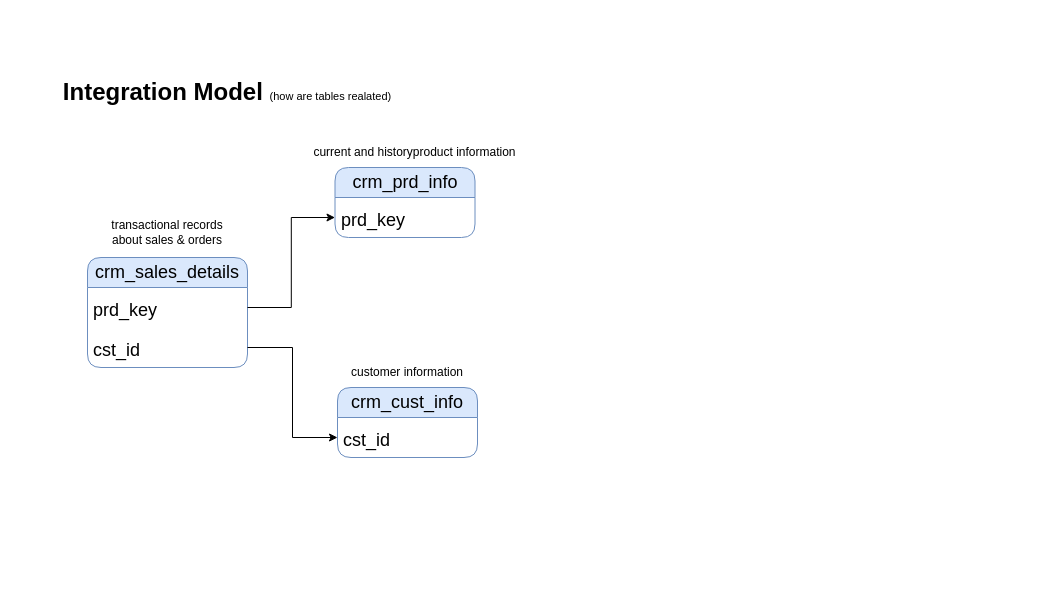
Before: docs/integration_model.drawio in Bhavya-02022000/DWH_project, a draw.io diagram. Source tidied: cells renumbered, new cells numbered last; positions are measured from the earlier drawing's top-left corner, leaving out a move shared by most shapes. Both pictures are drawn from the tidied source at 100%, with x=0, y=0 at pixel (57, 77).
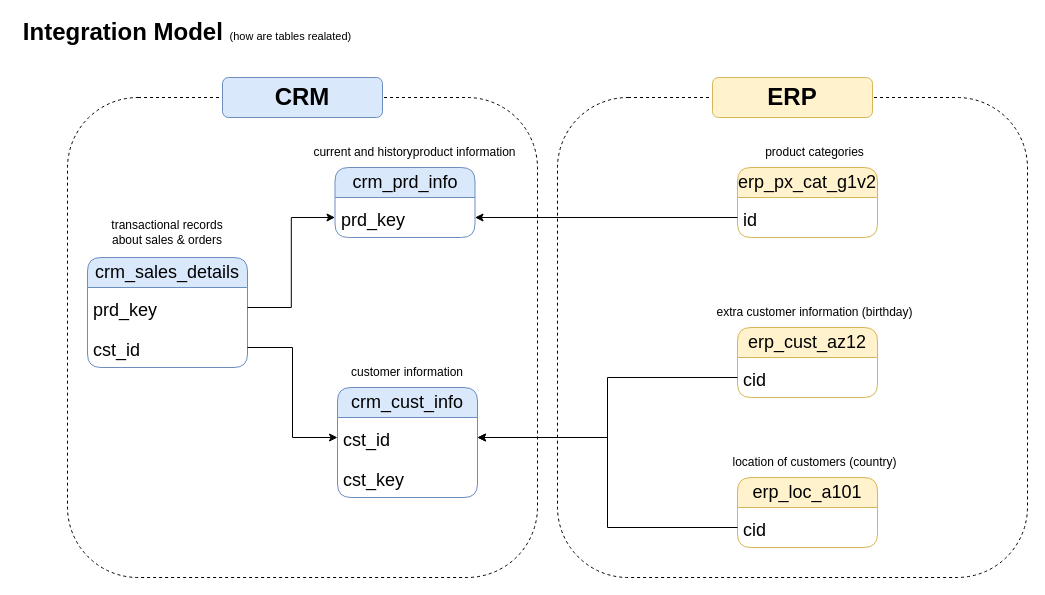
Above is the later version.

The change refers to these unchanged cells:
```xml
<mxCell id="4" value="&lt;font style=&quot;font-size: 18px;&quot;&gt;cst_id&lt;/font&gt;" style="text;strokeColor=none;fillColor=none;align=left;verticalAlign=middle;spacingLeft=4;spacingRight=4;overflow=hidden;points=[[0,0.5],[1,0.5]];portConstraint=eastwest;whiteSpace=wrap;html=1;fontSize=26;" parent="3" vertex="1">
  <mxGeometry y="30" width="140" height="40" as="geometry" />
</mxCell>
<mxCell id="7" value="&lt;font style=&quot;font-size: 18px;&quot;&gt;prd_key&lt;/font&gt;" style="text;strokeColor=none;fillColor=none;align=left;verticalAlign=middle;spacingLeft=4;spacingRight=4;overflow=hidden;points=[[0,0.5],[1,0.5]];portConstraint=eastwest;whiteSpace=wrap;html=1;fontSize=26;" parent="6" vertex="1">
  <mxGeometry y="30" width="140" height="40" as="geometry" />
</mxCell>
```

Diff of the diagram source:
```diff
@@
     <mxCell id="2" value="&lt;font style=&quot;&quot;&gt;&lt;b style=&quot;font-size: 24px;&quot;&gt;Integration Model &lt;/b&gt;&lt;font style=&quot;font-size: 11px;&quot;&gt;(how are tables realated)&lt;/font&gt;&lt;/font&gt;" style="text;html=1;align=center;verticalAlign=middle;whiteSpace=wrap;rounded=0;" parent="1" vertex="1">
-      <mxGeometry width="340" height="30" as="geometry" />
+      <mxGeometry x="-40" y="-60" width="340" height="30" as="geometry" />
     </mxCell>
     <mxCell id="3" value="&lt;font style=&quot;font-size: 18px;&quot;&gt;crm_cust_info&lt;/font&gt;" style="swimlane;fontStyle=0;horizontal=1;startSize=30;whiteSpace=wrap;html=1;rounded=1;fillColor=#dae8fc;strokeColor=#6c8ebf;" parent="1" vertex="1">
-      <mxGeometry x="280" y="310" width="140" height="70" as="geometry" />
+      <mxGeometry x="280" y="310" width="140" height="110" as="geometry" />
     </mxCell>
@@
+    <mxCell id="15" value="&lt;font style=&quot;font-size: 18px;&quot;&gt;cst_key&lt;/font&gt;" style="text;strokeColor=none;fillColor=none;align=left;verticalAlign=middle;spacingLeft=4;spacingRight=4;overflow=hidden;whiteSpace=wrap;html=1;fontSize=26;" parent="3" vertex="1">
+      <mxGeometry y="70" width="140" height="40" as="geometry" />
+    </mxCell>
@@
+    <mxCell id="16" value="&lt;font style=&quot;font-size: 18px;&quot;&gt;erp_cust_az12&lt;/font&gt;" style="swimlane;fontStyle=0;horizontal=1;startSize=30;whiteSpace=wrap;html=1;rounded=1;fillColor=#fff2cc;strokeColor=#d6b656;" parent="1" vertex="1">
+      <mxGeometry x="680" y="250" width="140" height="70" as="geometry" />
+    </mxCell>
+    <mxCell id="17" value="&lt;font style=&quot;font-size: 18px;&quot;&gt;cid&lt;/font&gt;" style="text;strokeColor=none;fillColor=none;align=left;verticalAlign=middle;spacingLeft=4;spacingRight=4;overflow=hidden;points=[[0,0.5],[1,0.5]];portConstraint=eastwest;whiteSpace=wrap;html=1;fontSize=26;" parent="16" vertex="1">
+      <mxGeometry y="30" width="140" height="40" as="geometry" />
+    </mxCell>
+    <mxCell id="18" value="extra customer information (birthday)" style="text;html=1;align=center;verticalAlign=middle;whiteSpace=wrap;rounded=0;" parent="1" vertex="1">
+      <mxGeometry x="650" y="220" width="215" height="30" as="geometry" />
+    </mxCell>
+    <mxCell id="19" style="edgeStyle=orthogonalEdgeStyle;rounded=0;jettySize=auto;html=1;exitX=0;exitY=0.5;exitDx=0;exitDy=0;entryX=1;entryY=0.5;entryDx=0;entryDy=0;" parent="1" edge="1" source="17" target="4">
+      <mxGeometry relative="1" as="geometry" />
+    </mxCell>
+    <mxCell id="20" value="&lt;font style=&quot;font-size: 18px;&quot;&gt;erp_loc_a101&lt;/font&gt;" style="swimlane;fontStyle=0;horizontal=1;startSize=30;whiteSpace=wrap;html=1;rounded=1;fillColor=#fff2cc;strokeColor=#d6b656;" parent="1" vertex="1">
+      <mxGeometry x="680" y="400" width="140" height="70" as="geometry" />
+    </mxCell>
+    <mxCell id="21" value="&lt;font style=&quot;font-size: 18px;&quot;&gt;cid&lt;/font&gt;" style="text;strokeColor=none;fillColor=none;align=left;verticalAlign=middle;spacingLeft=4;spacingRight=4;overflow=hidden;points=[[0,0.5],[1,0.5]];portConstraint=eastwest;whiteSpace=wrap;html=1;fontSize=26;" parent="20" vertex="1">
+      <mxGeometry y="30" width="140" height="40" as="geometry" />
+    </mxCell>
+    <mxCell id="22" value="location of customers (country)" style="text;html=1;align=center;verticalAlign=middle;whiteSpace=wrap;rounded=0;" parent="1" vertex="1">
+      <mxGeometry x="650" y="370" width="215" height="30" as="geometry" />
+    </mxCell>
+    <mxCell id="23" style="edgeStyle=orthogonalEdgeStyle;rounded=0;jettySize=auto;html=1;entryX=1;entryY=0.5;entryDx=0;entryDy=0;" parent="1" edge="1" source="21" target="4">
+      <mxGeometry relative="1" as="geometry" />
+    </mxCell>
+    <mxCell id="24" value="&lt;font style=&quot;font-size: 18px;&quot;&gt;erp_px_cat_g1v2&lt;/font&gt;" style="swimlane;fontStyle=0;horizontal=1;startSize=30;whiteSpace=wrap;html=1;rounded=1;fillColor=#fff2cc;strokeColor=#d6b656;" parent="1" vertex="1">
+      <mxGeometry x="680" y="90" width="140" height="70" as="geometry" />
+    </mxCell>
+    <mxCell id="25" value="&lt;font style=&quot;font-size: 18px;&quot;&gt;id&lt;/font&gt;" style="text;strokeColor=none;fillColor=none;align=left;verticalAlign=middle;spacingLeft=4;spacingRight=4;overflow=hidden;points=[[0,0.5],[1,0.5]];portConstraint=eastwest;whiteSpace=wrap;html=1;fontSize=26;" parent="24" vertex="1">
+      <mxGeometry y="30" width="140" height="40" as="geometry" />
+    </mxCell>
+    <mxCell id="26" value="product categories" style="text;html=1;align=center;verticalAlign=middle;whiteSpace=wrap;rounded=0;" parent="1" vertex="1">
+      <mxGeometry x="650" y="60" width="215" height="30" as="geometry" />
+    </mxCell>
+    <mxCell id="27" style="edgeStyle=orthogonalEdgeStyle;rounded=0;jettySize=auto;html=1;entryX=1;entryY=0.5;entryDx=0;entryDy=0;" parent="1" edge="1" source="25" target="7">
+      <mxGeometry relative="1" as="geometry" />
+    </mxCell>
+    <mxCell id="28" style="rounded=1;whiteSpace=wrap;html=1;fillColor=none;dashed=1;" parent="1" vertex="1">
+      <mxGeometry x="10" y="20" width="470" height="480" as="geometry" />
+    </mxCell>
+    <mxCell id="29" value="&lt;b&gt;&lt;font style=&quot;font-size: 24px;&quot;&gt;CRM&lt;/font&gt;&lt;/b&gt;" style="text;html=1;align=center;verticalAlign=middle;whiteSpace=wrap;rounded=1;fillColor=#dae8fc;strokeColor=#6c8ebf;" parent="1" vertex="1">
+      <mxGeometry x="165" width="160" height="40" as="geometry" />
+    </mxCell>
+    <mxCell id="30" style="rounded=1;whiteSpace=wrap;html=1;fillColor=none;dashed=1;" parent="1" vertex="1">
+      <mxGeometry x="500" y="20" width="470" height="480" as="geometry" />
+    </mxCell>
+    <mxCell id="31" value="&lt;b&gt;&lt;font style=&quot;font-size: 24px;&quot;&gt;ERP&lt;/font&gt;&lt;/b&gt;" style="text;html=1;align=center;verticalAlign=middle;whiteSpace=wrap;rounded=1;fillColor=#fff2cc;strokeColor=#d6b656;" parent="1" vertex="1">
+      <mxGeometry x="655" width="160" height="40" as="geometry" />
+    </mxCell>
```
